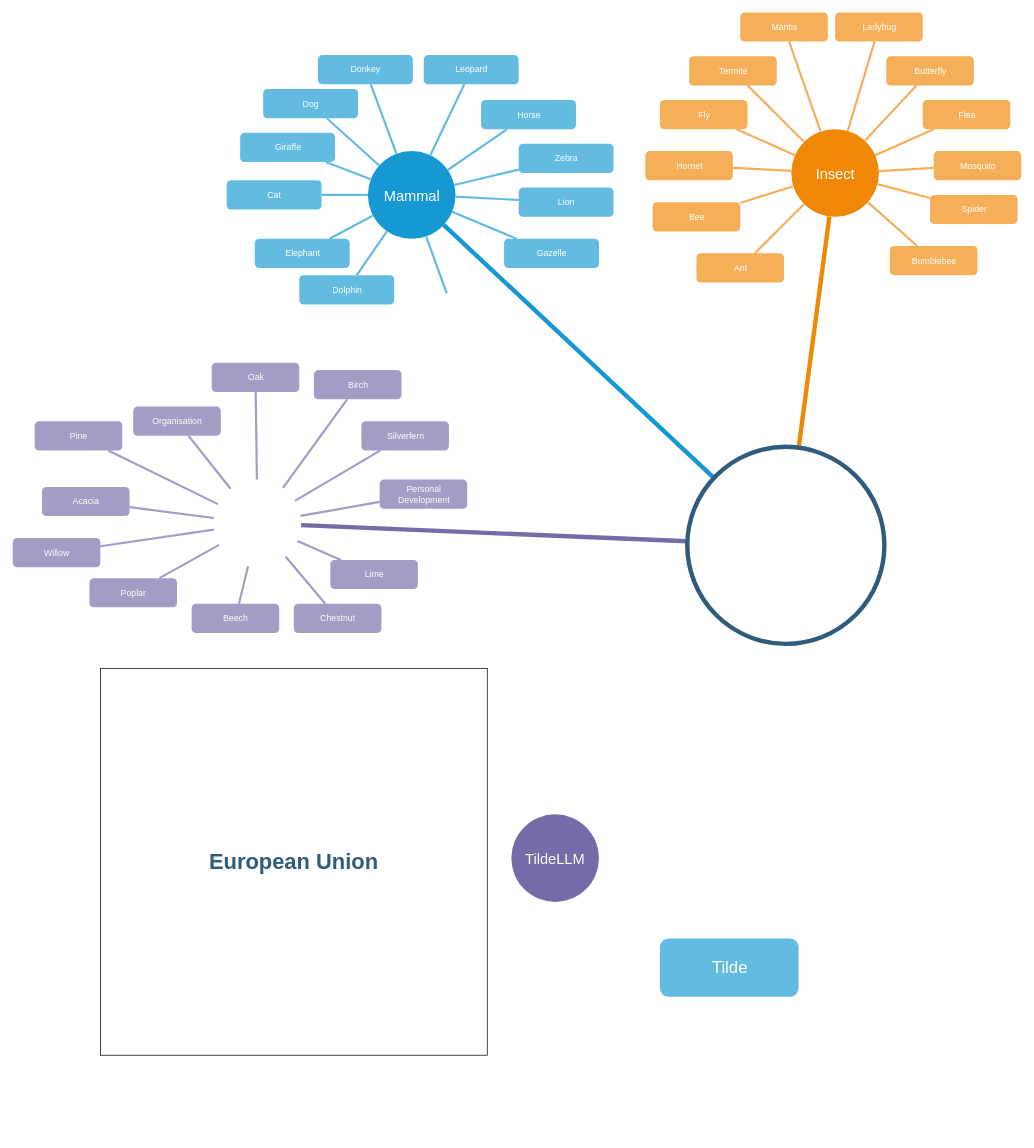
Earlier version of the draw.io diagram Untitled Diagram.drawio (modeldrivendevopsai/mddoai). Source tidied: cells renumbered, new cells numbered last; positions are measured from the earlier drawing's top-left corner, leaving out a move shared by most shapes. Both pictures are drawn from the tidied source at 73%, with x=0, y=0 at pixel (12, 12).
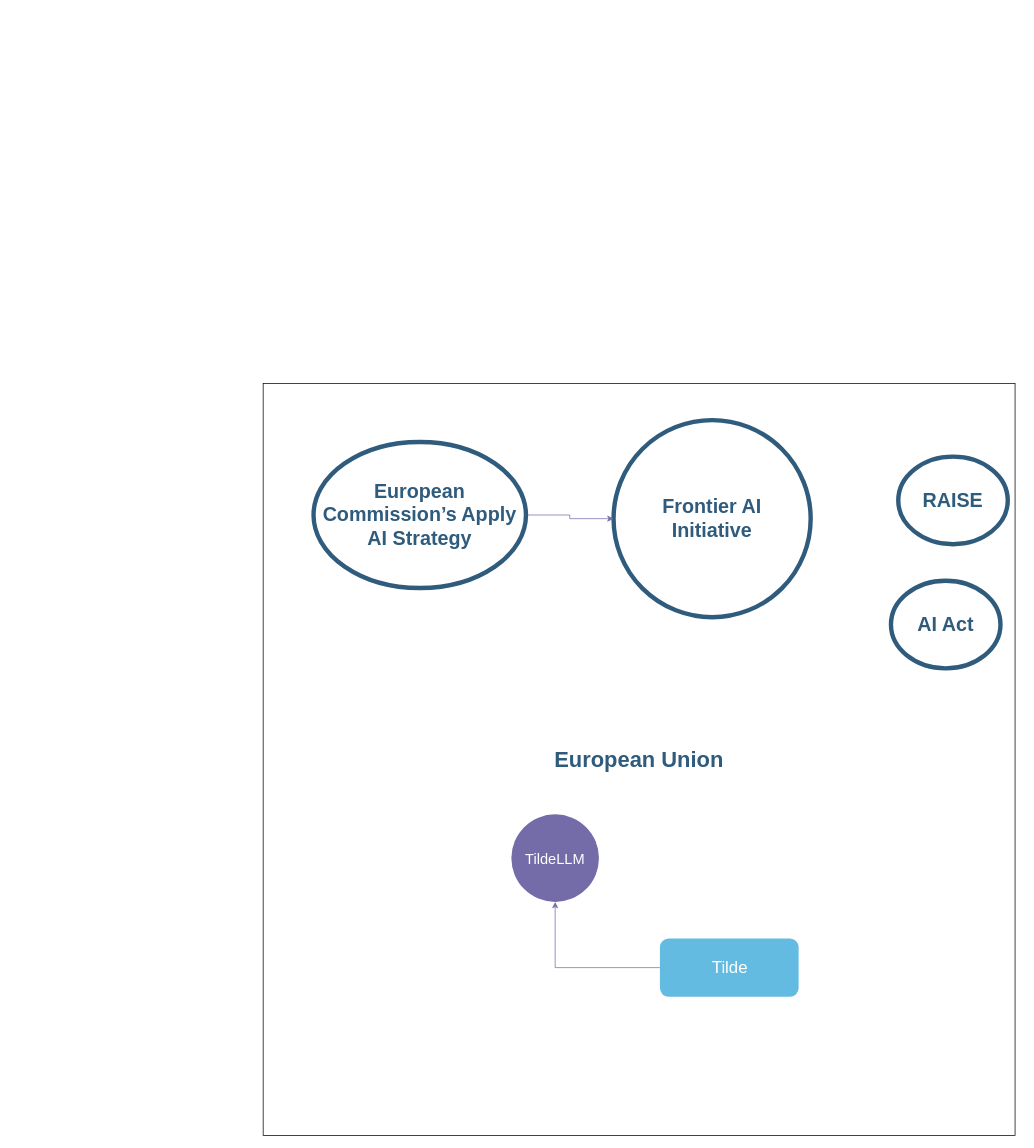
Above is the later version.

The change refers to these unchanged cells:
```xml
<mxCell id="80" value="Tilde" style="rounded=1;fillColor=#64BBE2;strokeColor=none;strokeWidth=3;shadow=0;html=1;fontColor=#FFFFFF;fontSize=23;" parent="1" vertex="1">
  <mxGeometry x="886.5" y="1268" width="190" height="80" as="geometry" />
</mxCell>
<mxCell id="81" value="TildeLLM" style="ellipse;whiteSpace=wrap;html=1;shadow=0;fontFamily=Helvetica;fontSize=20;fontColor=#FFFFFF;align=center;strokeWidth=3;fillColor=#736ca8;strokeColor=none;" parent="1" vertex="1">
  <mxGeometry x="683" y="1098" width="120" height="120" as="geometry" />
</mxCell>
```

Diff of the diagram source:
```diff
@@
+    <mxCell id="83" parent="0" />
+    <mxCell id="82" value="&lt;span style=&quot;color: rgb(47, 91, 124); font-size: 30px; font-weight: 700;&quot;&gt;European Union&lt;/span&gt;" style="whiteSpace=wrap;html=1;" parent="83" vertex="1">
+      <mxGeometry x="343" y="508" width="1030" height="1030" as="geometry" />
+    </mxCell>
@@
-    <mxCell id="2" value="Mammal" style="ellipse;whiteSpace=wrap;html=1;shadow=0;fontFamily=Helvetica;fontSize=20;fontColor=#FFFFFF;align=center;strokeWidth=3;fillColor=#1699D3;strokeColor=none;" parent="1" vertex="1">
-      <mxGeometry x="486.5" y="189.5" width="120" height="120" as="geometry" />
-    </mxCell>
-    <mxCell id="3" value="Insect" style="ellipse;whiteSpace=wrap;html=1;shadow=0;fontFamily=Helvetica;fontSize=20;fontColor=#FFFFFF;align=center;strokeWidth=3;fillColor=#F08705;strokeColor=none;gradientColor=none;" parent="1" vertex="1">
-      <mxGeometry x="1066.5" y="159.5" width="120" height="120" as="geometry" />
-    </mxCell>
-    <mxCell id="4" value="Ant" style="rounded=1;fillColor=#f5af58;strokeColor=none;strokeWidth=3;shadow=0;html=1;fontColor=#FFFFFF;" parent="1" vertex="1">
-      <mxGeometry x="936.5" y="329.5" width="120" height="40" as="geometry" />
-    </mxCell>
-    <mxCell id="5" value="Dolphin" style="rounded=1;fillColor=#64BBE2;strokeColor=none;strokeWidth=3;shadow=0;html=1;fontColor=#FFFFFF;" parent="1" vertex="1">
-      <mxGeometry x="392.5" y="359.5" width="130" height="40" as="geometry" />
-    </mxCell>
-    <mxCell id="6" style="endArrow=none;strokeWidth=6;strokeColor=#1699D3;html=1;" parent="1" edge="1" source="53" target="2">
-      <mxGeometry relative="1" as="geometry" />
-    </mxCell>
-    <mxCell id="7" style="endArrow=none;strokeWidth=6;strokeColor=#f08705;html=1;" parent="1" edge="1" source="53" target="3">
-      <mxGeometry relative="1" as="geometry" />
-    </mxCell>
-    <mxCell id="8" style="endArrow=none;strokeWidth=6;strokeColor=#736CA8;html=1;" parent="1" edge="1" source="53">
-      <mxGeometry relative="1" as="geometry">
-        <mxPoint x="395" y="701.9" as="targetPoint" />
-      </mxGeometry>
-    </mxCell>
-    <mxCell id="9" value="Lion" style="rounded=1;fillColor=#64BBE2;strokeColor=none;strokeWidth=3;shadow=0;html=1;fontColor=#FFFFFF;" parent="1" vertex="1">
-      <mxGeometry x="693" y="239.5" width="130" height="40" as="geometry" />
-    </mxCell>
-    <mxCell id="10" value="Elephant" style="rounded=1;fillColor=#64BBE2;strokeColor=none;strokeWidth=3;shadow=0;html=1;fontColor=#FFFFFF;" parent="1" vertex="1">
-      <mxGeometry x="331.5" y="309.5" width="130" height="40" as="geometry" />
-    </mxCell>
-    <mxCell id="11" value="Cat" style="rounded=1;fillColor=#64BBE2;strokeColor=none;strokeWidth=3;shadow=0;html=1;fontColor=#FFFFFF;" parent="1" vertex="1">
-      <mxGeometry x="293" y="229.5" width="130" height="40" as="geometry" />
-    </mxCell>
-    <mxCell id="12" value="Giraffe" style="rounded=1;fillColor=#64BBE2;strokeColor=none;strokeWidth=3;shadow=0;html=1;fontColor=#FFFFFF;" parent="1" vertex="1">
-      <mxGeometry x="311.5" y="164.5" width="130" height="40" as="geometry" />
-    </mxCell>
-    <mxCell id="13" value="Dog" style="rounded=1;fillColor=#64BBE2;strokeColor=none;strokeWidth=3;shadow=0;html=1;fontColor=#FFFFFF;" parent="1" vertex="1">
-      <mxGeometry x="343" y="104.5" width="130" height="40" as="geometry" />
-    </mxCell>
-    <mxCell id="14" value="Donkey" style="rounded=1;fillColor=#64BBE2;strokeColor=none;strokeWidth=3;shadow=0;html=1;fontColor=#FFFFFF;" parent="1" vertex="1">
-      <mxGeometry x="418" y="58" width="130" height="40" as="geometry" />
-    </mxCell>
-    <mxCell id="15" value="Leopard" style="rounded=1;fillColor=#64BBE2;strokeColor=none;strokeWidth=3;shadow=0;html=1;fontColor=#FFFFFF;" parent="1" vertex="1">
-      <mxGeometry x="563" y="58" width="130" height="40" as="geometry" />
-    </mxCell>
-    <mxCell id="16" value="Horse" style="rounded=1;fillColor=#64BBE2;strokeColor=none;strokeWidth=3;shadow=0;html=1;fontColor=#FFFFFF;" parent="1" vertex="1">
-      <mxGeometry x="641.5" y="119.5" width="130" height="40" as="geometry" />
-    </mxCell>
-    <mxCell id="17" value="Zebra" style="rounded=1;fillColor=#64BBE2;strokeColor=none;strokeWidth=3;shadow=0;html=1;fontColor=#FFFFFF;" parent="1" vertex="1">
-      <mxGeometry x="693" y="179.5" width="130" height="40" as="geometry" />
-    </mxCell>
-    <mxCell id="18" value="Gazelle" style="rounded=1;fillColor=#64BBE2;strokeColor=none;strokeWidth=3;shadow=0;html=1;fontColor=#FFFFFF;" parent="1" vertex="1">
-      <mxGeometry x="673" y="309.5" width="130" height="40" as="geometry" />
-    </mxCell>
-    <mxCell id="19" style="edgeStyle=none;endArrow=none;strokeWidth=3;strokeColor=#64BBE2;html=1;" parent="1" edge="1" source="2" target="18">
-      <mxGeometry x="-221.5" y="56.5" as="geometry" />
-    </mxCell>
-    <mxCell id="20" style="edgeStyle=none;endArrow=none;strokeWidth=3;strokeColor=#64BBE2;html=1;" parent="1" edge="1" source="2" target="9">
-      <mxGeometry x="-221.5" y="56.5" as="geometry" />
-    </mxCell>
-    <mxCell id="21" style="edgeStyle=none;endArrow=none;strokeWidth=3;strokeColor=#64BBE2;html=1;" parent="1" edge="1" source="2" target="5">
-      <mxGeometry x="-221.5" y="56.5" as="geometry" />
-    </mxCell>
-    <mxCell id="22" style="edgeStyle=none;endArrow=none;strokeWidth=3;strokeColor=#64BBE2;html=1;" parent="1" edge="1" source="2" target="10">
-      <mxGeometry x="-221.5" y="56.5" as="geometry" />
-    </mxCell>
-    <mxCell id="23" style="edgeStyle=none;endArrow=none;strokeWidth=3;strokeColor=#64BBE2;html=1;" parent="1" edge="1" source="2" target="11">
-      <mxGeometry x="-221.5" y="56.5" as="geometry" />
-    </mxCell>
-    <mxCell id="24" style="edgeStyle=none;endArrow=none;strokeWidth=3;strokeColor=#64BBE2;html=1;" parent="1" edge="1" source="2" target="12">
-      <mxGeometry x="-221.5" y="56.5" as="geometry" />
-    </mxCell>
-    <mxCell id="25" style="edgeStyle=none;endArrow=none;strokeWidth=3;strokeColor=#64BBE2;html=1;" parent="1" edge="1" source="2" target="13">
-      <mxGeometry x="-221.5" y="56.5" as="geometry" />
-    </mxCell>
-    <mxCell id="26" style="edgeStyle=none;endArrow=none;strokeWidth=3;strokeColor=#64BBE2;html=1;" parent="1" edge="1" source="2" target="14">
-      <mxGeometry x="-221.5" y="56.5" as="geometry" />
-    </mxCell>
-    <mxCell id="27" style="edgeStyle=none;endArrow=none;strokeWidth=3;strokeColor=#64BBE2;html=1;" parent="1" edge="1" source="2" target="15">
-      <mxGeometry x="-221.5" y="56.5" as="geometry" />
-    </mxCell>
-    <mxCell id="28" style="edgeStyle=none;endArrow=none;strokeWidth=3;strokeColor=#64BBE2;html=1;" parent="1" edge="1" source="2" target="16">
-      <mxGeometry x="-221.5" y="56.5" as="geometry" />
-    </mxCell>
-    <mxCell id="29" style="edgeStyle=none;endArrow=none;strokeWidth=3;strokeColor=#64BBE2;html=1;" parent="1" edge="1" source="2" target="17">
-      <mxGeometry x="-221.5" y="56.5" as="geometry" />
-    </mxCell>
-    <mxCell id="30" value="Bee" style="rounded=1;fillColor=#f5af58;strokeColor=none;strokeWidth=3;shadow=0;html=1;fontColor=#FFFFFF;" parent="1" vertex="1">
-      <mxGeometry x="876.5" y="259.5" width="120" height="40" as="geometry" />
-    </mxCell>
-    <mxCell id="31" value="Hornet" style="rounded=1;fillColor=#f5af58;strokeColor=none;strokeWidth=3;shadow=0;html=1;fontColor=#FFFFFF;" parent="1" vertex="1">
-      <mxGeometry x="866.5" y="189.5" width="120" height="40" as="geometry" />
-    </mxCell>
-    <mxCell id="32" value="Fly" style="rounded=1;fillColor=#f5af58;strokeColor=none;strokeWidth=3;shadow=0;html=1;fontColor=#FFFFFF;" parent="1" vertex="1">
-      <mxGeometry x="886.5" y="119.5" width="120" height="40" as="geometry" />
-    </mxCell>
-    <mxCell id="33" value="Termite" style="rounded=1;fillColor=#f5af58;strokeColor=none;strokeWidth=3;shadow=0;html=1;fontColor=#FFFFFF;" parent="1" vertex="1">
-      <mxGeometry x="926.5" y="59.5" width="120" height="40" as="geometry" />
-    </mxCell>
-    <mxCell id="34" value="Mantis" style="rounded=1;fillColor=#f5af58;strokeColor=none;strokeWidth=3;shadow=0;html=1;fontColor=#FFFFFF;" parent="1" vertex="1">
-      <mxGeometry x="996.5" y="-0.5" width="120" height="40" as="geometry" />
-    </mxCell>
-    <mxCell id="35" value="Ladybug" style="rounded=1;fillColor=#f5af58;strokeColor=none;strokeWidth=3;shadow=0;html=1;fontColor=#FFFFFF;" parent="1" vertex="1">
-      <mxGeometry x="1126.5" y="-0.5" width="120" height="40" as="geometry" />
-    </mxCell>
-    <mxCell id="36" value="Butterfly" style="rounded=1;fillColor=#f5af58;strokeColor=none;strokeWidth=3;shadow=0;html=1;fontColor=#FFFFFF;" parent="1" vertex="1">
-      <mxGeometry x="1196.5" y="59.5" width="120" height="40" as="geometry" />
-    </mxCell>
-    <mxCell id="37" value="Flea" style="rounded=1;fillColor=#f5af58;strokeColor=none;strokeWidth=3;shadow=0;html=1;fontColor=#FFFFFF;" parent="1" vertex="1">
-      <mxGeometry x="1246.5" y="119.5" width="120" height="40" as="geometry" />
-    </mxCell>
-    <mxCell id="38" value="Mosquito" style="rounded=1;fillColor=#f5af58;strokeColor=none;strokeWidth=3;shadow=0;html=1;fontColor=#FFFFFF;" parent="1" vertex="1">
-      <mxGeometry x="1261.5" y="189.5" width="120" height="40" as="geometry" />
-    </mxCell>
-    <mxCell id="39" value="Spider" style="rounded=1;fillColor=#f5af58;strokeColor=none;strokeWidth=3;shadow=0;html=1;fontColor=#FFFFFF;" parent="1" vertex="1">
-      <mxGeometry x="1256.5" y="249.5" width="120" height="40" as="geometry" />
-    </mxCell>
-    <mxCell id="40" value="Bumblebee" style="rounded=1;fillColor=#f5af58;strokeColor=none;strokeWidth=3;shadow=0;html=1;fontColor=#FFFFFF;" parent="1" vertex="1">
-      <mxGeometry x="1201.5" y="319.5" width="120" height="40" as="geometry" />
-    </mxCell>
-    <mxCell id="41" style="edgeStyle=none;endArrow=none;strokeWidth=3;strokeColor=#F5AF58;html=1;" parent="1" edge="1" source="3" target="4">
-      <mxGeometry x="3.5" y="21.5" as="geometry" />
-    </mxCell>
-    <mxCell id="42" style="edgeStyle=none;endArrow=none;strokeWidth=3;strokeColor=#F5AF58;html=1;" parent="1" edge="1" source="3" target="30">
-      <mxGeometry x="3.5" y="21.5" as="geometry" />
-    </mxCell>
-    <mxCell id="43" style="edgeStyle=none;endArrow=none;strokeWidth=3;strokeColor=#F5AF58;html=1;" parent="1" edge="1" source="3" target="31">
-      <mxGeometry x="3.5" y="21.5" as="geometry" />
-    </mxCell>
-    <mxCell id="44" style="edgeStyle=none;endArrow=none;strokeWidth=3;strokeColor=#F5AF58;html=1;" parent="1" edge="1" source="3" target="32">
-      <mxGeometry x="3.5" y="21.5" as="geometry" />
-    </mxCell>
-    <mxCell id="45" style="edgeStyle=none;endArrow=none;strokeWidth=3;strokeColor=#F5AF58;html=1;" parent="1" edge="1" source="3" target="33">
-      <mxGeometry x="3.5" y="21.5" as="geometry" />
-    </mxCell>
-    <mxCell id="46" style="edgeStyle=none;endArrow=none;strokeWidth=3;strokeColor=#F5AF58;html=1;" parent="1" edge="1" source="3" target="34">
-      <mxGeometry x="3.5" y="21.5" as="geometry" />
-    </mxCell>
-    <mxCell id="47" style="edgeStyle=none;endArrow=none;strokeWidth=3;strokeColor=#F5AF58;html=1;" parent="1" edge="1" source="3" target="35">
-      <mxGeometry x="3.5" y="21.5" as="geometry" />
-    </mxCell>
-    <mxCell id="48" style="edgeStyle=none;endArrow=none;strokeWidth=3;strokeColor=#F5AF58;html=1;" parent="1" edge="1" source="3" target="36">
-      <mxGeometry x="3.5" y="21.5" as="geometry" />
-    </mxCell>
-    <mxCell id="49" style="edgeStyle=none;endArrow=none;strokeWidth=3;strokeColor=#F5AF58;html=1;" parent="1" edge="1" source="3" target="37">
-      <mxGeometry x="3.5" y="21.5" as="geometry" />
-    </mxCell>
-    <mxCell id="50" style="edgeStyle=none;endArrow=none;strokeWidth=3;strokeColor=#F5AF58;html=1;" parent="1" edge="1" source="3" target="38">
-      <mxGeometry x="3.5" y="21.5" as="geometry" />
-    </mxCell>
-    <mxCell id="51" style="edgeStyle=none;endArrow=none;strokeWidth=3;strokeColor=#F5AF58;html=1;" parent="1" edge="1" source="3" target="39">
-      <mxGeometry x="3.5" y="21.5" as="geometry" />
-    </mxCell>
-    <mxCell id="52" style="edgeStyle=none;endArrow=none;strokeWidth=3;strokeColor=#F5AF58;html=1;" parent="1" edge="1" source="3" target="40">
-      <mxGeometry x="3.5" y="21.5" as="geometry" />
-    </mxCell>
-    <mxCell id="53" style="ellipse;whiteSpace=wrap;html=1;shadow=0;fontFamily=Helvetica;fontSize=30;fontColor=#2F5B7C;align=center;strokeColor=#2F5B7C;strokeWidth=6;fillColor=#FFFFFF;fontStyle=1;gradientColor=none;" parent="1" vertex="1">
-      <mxGeometry x="924" y="594.5" width="270" height="270" as="geometry" />
+    <mxCell id="53" value=" Frontier AI&lt;br/&gt;Initiative" style="ellipse;whiteSpace=wrap;html=1;shadow=0;fontFamily=Helvetica;fontSize=27;fontColor=#2F5B7C;align=center;strokeColor=#2F5B7C;strokeWidth=6;fillColor=#FFFFFF;fontStyle=1;gradientColor=none;" parent="1" vertex="1">
+      <mxGeometry x="823" y="558" width="270" height="270" as="geometry" />
     </mxCell>
-    <mxCell id="54" value="Organisation" style="rounded=1;fillColor=#a29dc5;strokeColor=none;strokeWidth=3;shadow=0;html=1;fontColor=#FFFFFF;" parent="1" vertex="1">
-      <mxGeometry x="165" y="539.5" width="120" height="40" as="geometry" />
-    </mxCell>
-    <mxCell id="55" value="Oak" style="rounded=1;fillColor=#a29dc5;strokeColor=none;strokeWidth=3;shadow=0;html=1;fontColor=#FFFFFF;" parent="1" vertex="1">
-      <mxGeometry x="272.5" y="479.5" width="120" height="40" as="geometry" />
-    </mxCell>
-    <mxCell id="56" value="Birch" style="rounded=1;fillColor=#a29dc5;strokeColor=none;strokeWidth=3;shadow=0;html=1;fontColor=#FFFFFF;" parent="1" vertex="1">
-      <mxGeometry x="412.5" y="489.5" width="120" height="40" as="geometry" />
-    </mxCell>
-    <mxCell id="57" value="Silverfern" style="rounded=1;fillColor=#a29dc5;strokeColor=none;strokeWidth=3;shadow=0;html=1;fontColor=#FFFFFF;" parent="1" vertex="1">
-      <mxGeometry x="477.5" y="559.5" width="120" height="40" as="geometry" />
-    </mxCell>
-    <mxCell id="58" value="Personal &#10;Development" style="rounded=1;fillColor=#a29dc5;strokeColor=none;strokeWidth=3;shadow=0;html=1;fontColor=#FFFFFF;" parent="1" vertex="1">
-      <mxGeometry x="502.5" y="639.5" width="120" height="40" as="geometry" />
-    </mxCell>
-    <mxCell id="59" value="Pine" style="rounded=1;fillColor=#a29dc5;strokeColor=none;strokeWidth=3;shadow=0;html=1;fontColor=#FFFFFF;" parent="1" vertex="1">
-      <mxGeometry x="30" y="559.5" width="120" height="40" as="geometry" />
-    </mxCell>
-    <mxCell id="60" value="Lime" style="rounded=1;fillColor=#a29dc5;strokeColor=none;strokeWidth=3;shadow=0;html=1;fontColor=#FFFFFF;" parent="1" vertex="1">
-      <mxGeometry x="435" y="749.5" width="120" height="40" as="geometry" />
-    </mxCell>
-    <mxCell id="61" value="Chestnut" style="rounded=1;fillColor=#a29dc5;strokeColor=none;strokeWidth=3;shadow=0;html=1;fontColor=#FFFFFF;" parent="1" vertex="1">
-      <mxGeometry x="385" y="809.5" width="120" height="40" as="geometry" />
-    </mxCell>
-    <mxCell id="62" value="Beech" style="rounded=1;fillColor=#a29dc5;strokeColor=none;strokeWidth=3;shadow=0;html=1;fontColor=#FFFFFF;" parent="1" vertex="1">
-      <mxGeometry x="245" y="809.5" width="120" height="40" as="geometry" />
-    </mxCell>
-    <mxCell id="63" value="Poplar" style="rounded=1;fillColor=#a29dc5;strokeColor=none;strokeWidth=3;shadow=0;html=1;fontColor=#FFFFFF;" parent="1" vertex="1">
-      <mxGeometry x="105" y="774.5" width="120" height="40" as="geometry" />
-    </mxCell>
-    <mxCell id="64" value="Willow" style="rounded=1;fillColor=#a29dc5;strokeColor=none;strokeWidth=3;shadow=0;html=1;fontColor=#FFFFFF;" parent="1" vertex="1">
-      <mxGeometry y="719.5" width="120" height="40" as="geometry" />
-    </mxCell>
-    <mxCell id="65" style="edgeStyle=none;endArrow=none;strokeWidth=3;strokeColor=#A29DC5;html=1;" parent="1" edge="1" target="54">
-      <mxGeometry x="-1498" y="-303.5" as="geometry">
-        <mxPoint x="298.3" y="652" as="sourcePoint" />
-      </mxGeometry>
-    </mxCell>
-    <mxCell id="66" value="Acacia" style="rounded=1;fillColor=#a29dc5;strokeColor=none;strokeWidth=3;shadow=0;html=1;fontColor=#FFFFFF;" parent="1" vertex="1">
-      <mxGeometry x="40" y="649.5" width="120" height="40" as="geometry" />
-    </mxCell>
-    <mxCell id="67" style="edgeStyle=none;endArrow=none;strokeWidth=3;strokeColor=#A29DC5;html=1;" parent="1" edge="1" target="55">
-      <mxGeometry x="-1498" y="-303.5" as="geometry">
-        <mxPoint x="334.4" y="639.5" as="sourcePoint" />
-      </mxGeometry>
-    </mxCell>
-    <mxCell id="68" style="edgeStyle=none;endArrow=none;strokeWidth=3;strokeColor=#A29DC5;html=1;" parent="1" edge="1" target="56">
-      <mxGeometry x="-1498" y="-303.5" as="geometry">
-        <mxPoint x="370.1" y="650.8" as="sourcePoint" />
-      </mxGeometry>
-    </mxCell>
-    <mxCell id="69" style="edgeStyle=none;endArrow=none;strokeWidth=3;strokeColor=#A29DC5;html=1;" parent="1" edge="1" target="57">
-      <mxGeometry x="-1498" y="-303.5" as="geometry">
-        <mxPoint x="386.5" y="668.7" as="sourcePoint" />
-      </mxGeometry>
-    </mxCell>
-    <mxCell id="70" style="edgeStyle=none;endArrow=none;strokeWidth=3;strokeColor=#A29DC5;html=1;" parent="1" edge="1" target="58">
-      <mxGeometry x="-1498" y="-303.5" as="geometry">
-        <mxPoint x="394.1" y="689.2" as="sourcePoint" />
-      </mxGeometry>
-    </mxCell>
-    <mxCell id="71" style="edgeStyle=none;endArrow=none;strokeWidth=3;strokeColor=#A29DC5;html=1;" parent="1" edge="1" target="59">
-      <mxGeometry x="-1498" y="-303.5" as="geometry">
-        <mxPoint x="281.1" y="673.1" as="sourcePoint" />
-      </mxGeometry>
-    </mxCell>
-    <mxCell id="72" style="edgeStyle=none;endArrow=none;strokeWidth=3;strokeColor=#A29DC5;html=1;" parent="1" edge="1" target="60">
-      <mxGeometry x="-1498" y="-303.5" as="geometry">
-        <mxPoint x="390" y="723.5" as="sourcePoint" />
-      </mxGeometry>
-    </mxCell>
-    <mxCell id="73" style="edgeStyle=none;endArrow=none;strokeWidth=3;strokeColor=#A29DC5;html=1;" parent="1" edge="1" target="61">
-      <mxGeometry x="-1498" y="-303.5" as="geometry">
-        <mxPoint x="373.9" y="745.2" as="sourcePoint" />
-      </mxGeometry>
-    </mxCell>
-    <mxCell id="74" style="edgeStyle=none;endArrow=none;strokeWidth=3;strokeColor=#A29DC5;html=1;" parent="1" edge="1" target="62">
-      <mxGeometry x="-1498" y="-303.5" as="geometry">
-        <mxPoint x="322.3" y="758.1" as="sourcePoint" />
-      </mxGeometry>
-    </mxCell>
-    <mxCell id="75" style="edgeStyle=none;endArrow=none;strokeWidth=3;strokeColor=#A29DC5;html=1;" parent="1" edge="1" target="63">
-      <mxGeometry x="-1498" y="-303.5" as="geometry">
-        <mxPoint x="282.7" y="728.9" as="sourcePoint" />
-      </mxGeometry>
-    </mxCell>
-    <mxCell id="76" style="edgeStyle=none;endArrow=none;strokeWidth=3;strokeColor=#A29DC5;html=1;" parent="1" edge="1" target="64">
-      <mxGeometry x="-1498" y="-303.5" as="geometry">
-        <mxPoint x="275.6" y="708.1" as="sourcePoint" />
-      </mxGeometry>
-    </mxCell>
-    <mxCell id="77" style="edgeStyle=none;endArrow=none;strokeWidth=3;strokeColor=#A29DC5;html=1;" parent="1" edge="1" target="66">
-      <mxGeometry x="-1498" y="-303.5" as="geometry">
-        <mxPoint x="275.5" y="692.1" as="sourcePoint" />
-      </mxGeometry>
-    </mxCell>
-    <mxCell id="78" style="edgeStyle=none;rounded=0;html=1;exitX=0.5;exitY=1;endArrow=none;endFill=0;jettySize=auto;orthogonalLoop=1;strokeColor=#736CA8;strokeWidth=2;fillColor=#64bbe2;fontSize=20;fontColor=#23445D;" parent="1" edge="1" source="66" target="66">
-      <mxGeometry relative="1" as="geometry" />
-    </mxCell>
-    <mxCell id="79" style="edgeStyle=none;endArrow=none;strokeWidth=3;strokeColor=#64BBE2;html=1;" parent="1" edge="1" source="2">
-      <mxGeometry x="-221.5" y="56.5" as="geometry">
-        <mxPoint x="594.4" y="384.5" as="targetPoint" />
-      </mxGeometry>
-    </mxCell>
+    <mxCell id="84" style="edgeStyle=orthogonalEdgeStyle;rounded=0;jettySize=auto;html=1;strokeColor=#736CA8;fontColor=#1A1A1A;" parent="1" edge="1" source="80" target="81">
+      <mxGeometry relative="1" as="geometry" />
+    </mxCell>
@@
-    <mxCell id="82" value="&lt;span style=&quot;color: rgb(47, 91, 124); font-size: 30px; font-weight: 700;&quot;&gt;European Union&lt;/span&gt;" style="whiteSpace=wrap;html=1;" parent="1" vertex="1">
-      <mxGeometry x="120" y="898" width="530" height="530" as="geometry" />
-    </mxCell>
+    <mxCell id="85" style="edgeStyle=orthogonalEdgeStyle;rounded=0;jettySize=auto;html=1;entryX=0;entryY=0.5;entryDx=0;entryDy=0;strokeColor=#736CA8;fontColor=#1A1A1A;" parent="1" edge="1" source="86" target="53">
+      <mxGeometry relative="1" as="geometry" />
+    </mxCell>
+    <mxCell id="86" value="European Commission’s Apply AI Strategy" style="ellipse;whiteSpace=wrap;html=1;shadow=0;fontFamily=Helvetica;fontSize=27;fontColor=#2F5B7C;align=center;strokeColor=#2F5B7C;strokeWidth=6;fillColor=#FFFFFF;fontStyle=1;gradientColor=none;" parent="1" vertex="1">
+      <mxGeometry x="412" y="588" width="291" height="200" as="geometry" />
+    </mxCell>
+    <mxCell id="87" value="RAISE" style="ellipse;whiteSpace=wrap;html=1;shadow=0;fontFamily=Helvetica;fontSize=27;fontColor=#2F5B7C;align=center;strokeColor=#2F5B7C;strokeWidth=6;fillColor=#FFFFFF;fontStyle=1;gradientColor=none;" parent="1" vertex="1">
+      <mxGeometry x="1213" y="608" width="150" height="120" as="geometry" />
+    </mxCell>
+    <mxCell id="88" value="AI Act" style="ellipse;whiteSpace=wrap;html=1;shadow=0;fontFamily=Helvetica;fontSize=27;fontColor=#2F5B7C;align=center;strokeColor=#2F5B7C;strokeWidth=6;fillColor=#FFFFFF;fontStyle=1;gradientColor=none;" parent="1" vertex="1">
+      <mxGeometry x="1203" y="778" width="150" height="120" as="geometry" />
+    </mxCell>
```
